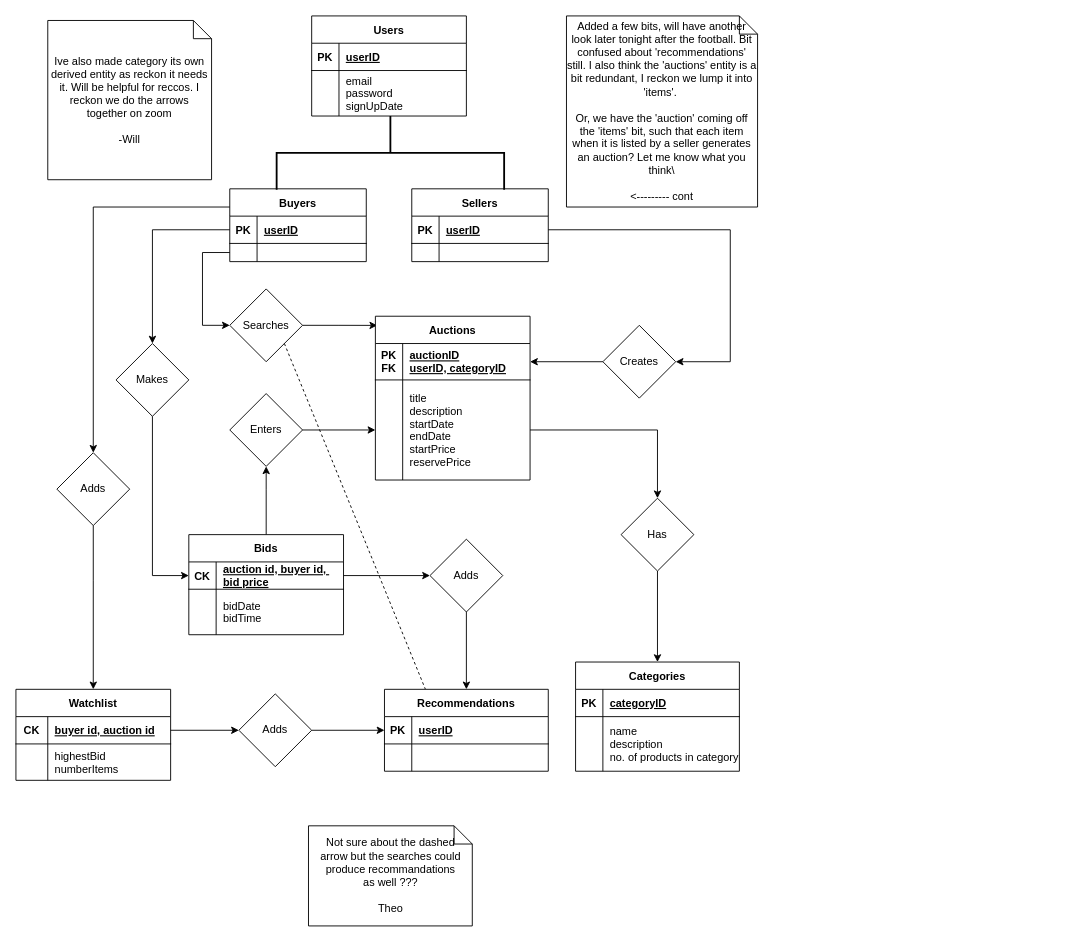
shaundbs/databases-coursework keeps this draw.io diagram as ER_diagram.drawio. Above is the earlier version. Source tidied: cells renumbered, new cells numbered last; positions are measured from the earlier drawing's top-left corner, leaving out a move shared by most shapes. Both pictures are drawn from the tidied source at 91%, with x=0, y=0 at pixel (15, 15).
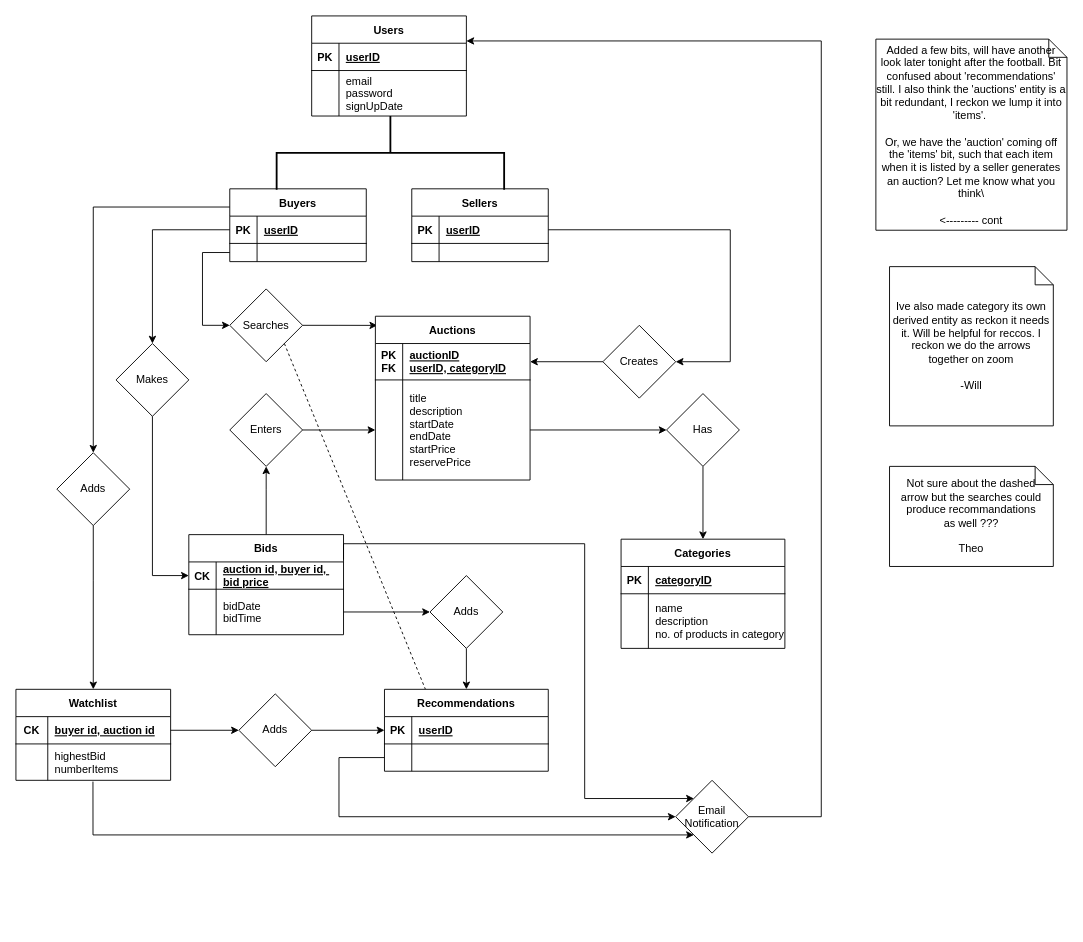
The same diagram, later.

Unchanged cells that the change refers to:
```xml
<mxCell id="17" value="Users" style="shape=table;startSize=30;childLayout=tableLayout;rowLines=0;fontStyle=1;align=center;" parent="1" vertex="1">
  <mxGeometry x="325" width="170" height="110" as="geometry" />
</mxCell>
<mxCell id="33" style="shape=partialRectangle;fillColor=none;points=[[0,0.5],[1,0.5]];portConstraint=eastwest;top=0;left=0;right=0;bottom=0;" parent="29" vertex="1">
  <mxGeometry y="70" width="170" height="110" as="geometry" />
</mxCell>
<mxCell id="51" value="Bids" style="shape=table;startSize=30;childLayout=tableLayout;rowLines=0;fontStyle=1;align=center;" parent="1" vertex="1">
  <mxGeometry x="190" y="570" width="170" height="110" as="geometry" />
</mxCell>
<mxCell id="52" style="shape=partialRectangle;fillColor=none;points=[[0,0.5],[1,0.5]];portConstraint=eastwest;top=0;left=0;right=0;bottom=1;" parent="51" vertex="1">
  <mxGeometry y="30" width="170" height="30" as="geometry" />
</mxCell>
<mxCell id="55" style="shape=partialRectangle;fillColor=none;points=[[0,0.5],[1,0.5]];portConstraint=eastwest;top=0;left=0;right=0;bottom=0;" parent="51" vertex="1">
  <mxGeometry y="60" width="170" height="50" as="geometry" />
</mxCell>
<mxCell id="65" style="shape=partialRectangle;fillColor=none;points=[[0,0.5],[1,0.5]];portConstraint=eastwest;top=0;left=0;right=0;bottom=0;" parent="61" vertex="1">
  <mxGeometry y="60" width="170" height="40" as="geometry" />
</mxCell>
<mxCell id="76" style="shape=partialRectangle;fillColor=none;top=0;left=0;bottom=0;right=0;points=[[0,0.5],[1,0.5]];portConstraint=eastwest;" parent="72" vertex="1">
  <mxGeometry y="60" width="180" height="30" as="geometry" />
</mxCell>
```

Diff of the diagram source:
```diff
@@
     <mxCell id="47" value="Has" style="rhombus;whiteSpace=wrap;html=1;" parent="1" vertex="1">
-      <mxGeometry x="665" y="530" width="80" height="80" as="geometry" />
+      <mxGeometry x="715" y="415" width="80" height="80" as="geometry" />
     </mxCell>
     <mxCell id="48" value="Added a few bits, will have another look later tonight after the football. Bit confused about 'recommendations' still. I also think the 'auctions' entity is a bit redundant, I reckon we lump it into 'items'.&amp;nbsp;&lt;br&gt;&lt;br&gt;Or, we have the 'auction' coming off the 'items' bit, such that each item when it is listed by a seller generates an auction? Let me know what you think\&lt;br&gt;&lt;br&gt;&amp;lt;--------- cont" style="shape=note;size=20;whiteSpace=wrap;html=1;" parent="1" vertex="1">
-      <mxGeometry x="605" width="210" height="210" as="geometry" />
+      <mxGeometry x="945" y="25.5" width="210" height="210" as="geometry" />
     </mxCell>
     <mxCell id="49" value="Ive also made category its own derived entity as reckon it needs it. Will be helpful for reccos. I reckon we do the arrows together on zoom&lt;br&gt;&lt;br&gt;-Will" style="shape=note;size=20;whiteSpace=wrap;html=1;" parent="1" vertex="1">
-      <mxGeometry x="35" y="5" width="180" height="175" as="geometry" />
+      <mxGeometry x="960" y="275.5" width="180" height="175" as="geometry" />
     </mxCell>
-    <mxCell id="50" style="edgeStyle=orthogonalEdgeStyle;rounded=0;jettySize=auto;html=1;exitX=1;exitY=0.5;exitDx=0;exitDy=0;entryX=0.5;entryY=0;entryDx=0;entryDy=0;" parent="1" edge="1" source="33" target="47">
+    <mxCell id="50" style="edgeStyle=orthogonalEdgeStyle;rounded=0;jettySize=auto;html=1;exitX=1;exitY=0.5;exitDx=0;exitDy=0;entryX=0;entryY=0.5;entryDx=0;entryDy=0;" parent="1" edge="1" source="33" target="47">
       <mxGeometry relative="1" as="geometry" />
     </mxCell>
@@
     <mxCell id="69" value="Adds" style="rhombus;whiteSpace=wrap;html=1;" parent="1" vertex="1">
-      <mxGeometry x="455" y="575" width="80" height="80" as="geometry" />
+      <mxGeometry x="455" y="615" width="80" height="80" as="geometry" />
     </mxCell>
-    <mxCell id="70" style="edgeStyle=orthogonalEdgeStyle;rounded=0;jettySize=auto;html=1;exitX=1;exitY=0.5;exitDx=0;exitDy=0;entryX=0;entryY=0.5;entryDx=0;entryDy=0;" parent="1" edge="1" source="52" target="69">
+    <mxCell id="70" style="edgeStyle=orthogonalEdgeStyle;rounded=0;jettySize=auto;html=1;exitX=1;exitY=0.5;exitDx=0;exitDy=0;entryX=0;entryY=0.5;entryDx=0;entryDy=0;" parent="1" edge="1" source="55" target="69">
       <mxGeometry relative="1" as="geometry" />
     </mxCell>
@@
+    <mxCell id="86" value="Not sure about the dashed &lt;br&gt;arrow but the searches could &lt;br&gt;produce recommandations &lt;br&gt;as well ???&lt;br&gt;&lt;br&gt;Theo" style="shape=note;size=20;whiteSpace=wrap;html=1;" parent="1" vertex="1">
+      <mxGeometry x="960" y="495" width="180" height="110" as="geometry" />
+    </mxCell>
+    <mxCell id="87" style="edgeStyle=orthogonalEdgeStyle;rounded=0;jettySize=auto;html=1;exitX=1;exitY=0.5;exitDx=0;exitDy=0;entryX=1;entryY=0.25;entryDx=0;entryDy=0;" parent="1" edge="1" source="88" target="17">
+      <mxGeometry relative="1" as="geometry">
+        <Array as="points">
+          <mxPoint x="885" y="880" />
+          <mxPoint x="885" y="27" />
+        </Array>
+      </mxGeometry>
+    </mxCell>
+    <mxCell id="88" value="Email &lt;br&gt;Notification" style="rhombus;whiteSpace=wrap;html=1;" parent="1" vertex="1">
+      <mxGeometry x="725" y="840" width="80" height="80" as="geometry" />
+    </mxCell>
+    <mxCell id="89" style="edgeStyle=orthogonalEdgeStyle;rounded=0;jettySize=auto;html=1;exitX=0.498;exitY=1.035;exitDx=0;exitDy=0;entryX=0;entryY=1;entryDx=0;entryDy=0;exitPerimeter=0;" parent="1" edge="1" source="65" target="88">
+      <mxGeometry relative="1" as="geometry">
+        <Array as="points">
+          <mxPoint x="85" y="900" />
+        </Array>
+      </mxGeometry>
+    </mxCell>
+    <mxCell id="90" style="edgeStyle=orthogonalEdgeStyle;rounded=0;jettySize=auto;html=1;exitX=0;exitY=0.5;exitDx=0;exitDy=0;entryX=0;entryY=0.5;entryDx=0;entryDy=0;" parent="1" edge="1" source="76" target="88">
+      <mxGeometry relative="1" as="geometry">
+        <Array as="points">
+          <mxPoint x="355" y="815" />
+          <mxPoint x="355" y="880" />
+        </Array>
+      </mxGeometry>
+    </mxCell>
+    <mxCell id="91" style="edgeStyle=orthogonalEdgeStyle;rounded=0;jettySize=auto;html=1;exitX=1;exitY=0.25;exitDx=0;exitDy=0;entryX=0;entryY=0;entryDx=0;entryDy=0;" parent="1" edge="1" source="51" target="88">
+      <mxGeometry relative="1" as="geometry">
+        <Array as="points">
+          <mxPoint x="360" y="580" />
+          <mxPoint x="625" y="580" />
+          <mxPoint x="625" y="860" />
+        </Array>
+      </mxGeometry>
+    </mxCell>
     <mxCell id="79" value="Categories" style="shape=table;startSize=30;childLayout=tableLayout;rowLines=0;fontStyle=1;align=center;" parent="1" vertex="1">
-      <mxGeometry x="615" y="710" width="180" height="120" as="geometry" />
+      <mxGeometry x="665" y="575" width="180" height="120" as="geometry" />
     </mxCell>
@@
-    <mxCell id="86" value="Not sure about the dashed &lt;br&gt;arrow but the searches could &lt;br&gt;produce recommandations &lt;br&gt;as well ???&lt;br&gt;&lt;br&gt;Theo" style="shape=note;size=20;whiteSpace=wrap;html=1;" parent="1" vertex="1">
-      <mxGeometry x="321.5" y="890" width="180" height="110" as="geometry" />
-    </mxCell>
```
